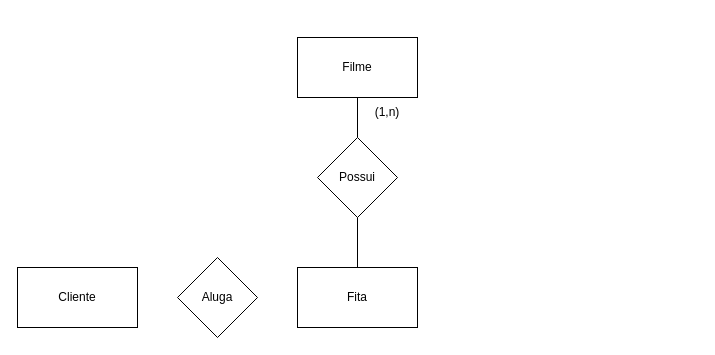
The draw.io diagram Lista1_28-03/Ex2.drawio in andreeeeeeeee/Engenharia_Software, before the edit. Source tidied: cells renumbered, new cells numbered last; positions are measured from the earlier drawing's top-left corner, leaving out a move shared by most shapes. Both pictures are drawn from the tidied source at 100%, with x=0, y=0 at pixel (17, 37).
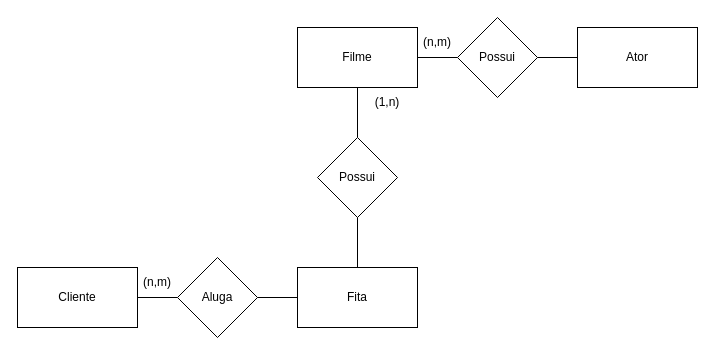
Above is the later version.

The change refers to these unchanged cells:
```xml
<mxCell id="2" value="Fita" style="rounded=0;whiteSpace=wrap;html=1;" parent="1" vertex="1">
  <mxGeometry x="280" y="230" width="120" height="60" as="geometry" />
</mxCell>
<mxCell id="8" value="Aluga" style="rhombus;whiteSpace=wrap;html=1;" parent="1" vertex="1">
  <mxGeometry x="160" y="220" width="80" height="80" as="geometry" />
</mxCell>
```

Diff of the diagram source:
```diff
@@
     <mxCell id="4" value="Filme" style="rounded=0;whiteSpace=wrap;html=1;" parent="1" vertex="1">
-      <mxGeometry x="280" width="120" height="60" as="geometry" />
+      <mxGeometry x="280" y="-10" width="120" height="60" as="geometry" />
     </mxCell>
@@
     <mxCell id="7" value="(1,n)" style="text;html=1;strokeColor=none;fillColor=none;align=center;verticalAlign=middle;whiteSpace=wrap;rounded=0;" parent="1" vertex="1">
-      <mxGeometry x="340" y="60" width="60" height="30" as="geometry" />
+      <mxGeometry x="340" y="50" width="60" height="30" as="geometry" />
     </mxCell>
@@
+    <mxCell id="10" style="endArrow=none;html=1;rounded=0;entryX=0;entryY=0.5;entryDx=0;entryDy=0;" parent="1" edge="1" target="8">
+      <mxGeometry relative="1" as="geometry">
+        <mxPoint x="120" y="260" as="sourcePoint" />
+      </mxGeometry>
+    </mxCell>
+    <mxCell id="11" style="endArrow=none;html=1;rounded=0;entryX=0;entryY=0.5;entryDx=0;entryDy=0;" parent="1" edge="1" target="2">
+      <mxGeometry relative="1" as="geometry">
+        <mxPoint x="240" y="260" as="sourcePoint" />
+      </mxGeometry>
+    </mxCell>
+    <mxCell id="12" value="(n,m)" style="text;html=1;strokeColor=none;fillColor=none;align=center;verticalAlign=middle;whiteSpace=wrap;rounded=0;" parent="1" vertex="1">
+      <mxGeometry x="110" y="230" width="60" height="30" as="geometry" />
+    </mxCell>
+    <mxCell id="13" value="Possui" style="rhombus;whiteSpace=wrap;html=1;" parent="1" vertex="1">
+      <mxGeometry x="440" y="-20" width="80" height="80" as="geometry" />
+    </mxCell>
+    <mxCell id="14" value="Ator" style="rounded=0;whiteSpace=wrap;html=1;" parent="1" vertex="1">
+      <mxGeometry x="560" y="-10" width="120" height="60" as="geometry" />
+    </mxCell>
+    <mxCell id="15" style="endArrow=none;html=1;rounded=0;entryX=0;entryY=0.5;entryDx=0;entryDy=0;" parent="1" edge="1" target="13">
+      <mxGeometry relative="1" as="geometry">
+        <mxPoint x="400" y="20" as="sourcePoint" />
+      </mxGeometry>
+    </mxCell>
+    <mxCell id="16" style="endArrow=none;html=1;rounded=0;exitX=1;exitY=0.5;exitDx=0;exitDy=0;" parent="1" edge="1" source="13">
+      <mxGeometry relative="1" as="geometry">
+        <mxPoint x="560" y="20" as="targetPoint" />
+      </mxGeometry>
+    </mxCell>
+    <mxCell id="17" value="(n,m)" style="text;html=1;strokeColor=none;fillColor=none;align=center;verticalAlign=middle;whiteSpace=wrap;rounded=0;" parent="1" vertex="1">
+      <mxGeometry x="390" y="-10" width="60" height="30" as="geometry" />
+    </mxCell>
```
